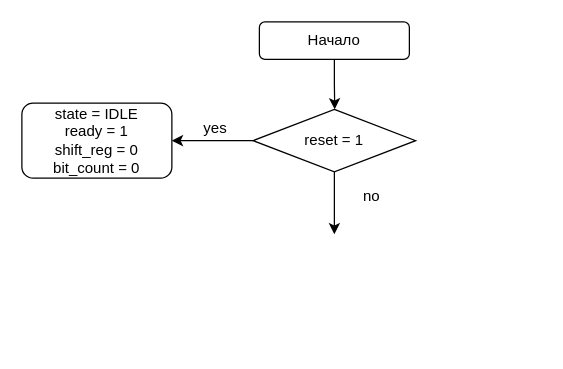
IghorTatar/preparing-of-USE keeps this draw.io diagram as Диаграмма без названия.drawio. Above is the earlier version. Source tidied: cells renumbered, new cells numbered last; positions are measured from the earlier drawing's top-left corner, leaving out a move shared by most shapes. Both pictures are drawn from the tidied source at 125%, with x=0, y=0 at pixel (21, 21).
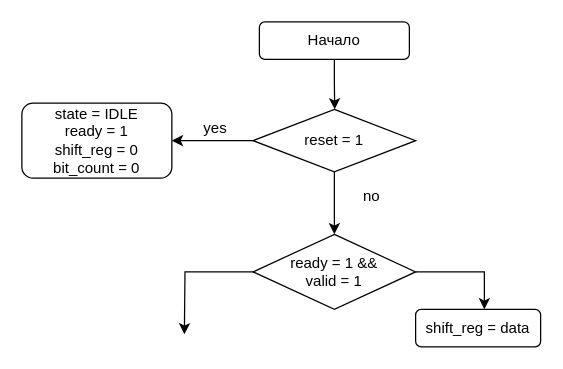
After the change.

Change to the diagram source:
```diff
@@
 <mxGraphModel>
   <root>
     <mxCell id="0" />
     <mxCell id="1" parent="0" />
     <mxCell id="2" style="edgeStyle=orthogonalEdgeStyle;rounded=0;jettySize=auto;html=1;exitX=0.5;exitY=1;exitDx=0;exitDy=0;" parent="1" edge="1" source="3">
       <mxGeometry relative="1" as="geometry">
         <mxPoint x="250.3" y="70" as="targetPoint" />
       </mxGeometry>
     </mxCell>
     <mxCell id="3" value="Начало" style="rounded=1;whiteSpace=wrap;html=1;" parent="1" vertex="1">
       <mxGeometry x="190" width="120" height="30" as="geometry" />
     </mxCell>
     <mxCell id="4" style="edgeStyle=orthogonalEdgeStyle;rounded=0;jettySize=auto;html=1;" parent="1" edge="1" source="6">
       <mxGeometry relative="1" as="geometry">
         <mxPoint x="120" y="95" as="targetPoint" />
       </mxGeometry>
     </mxCell>
     <mxCell id="5" style="edgeStyle=orthogonalEdgeStyle;rounded=0;jettySize=auto;html=1;" parent="1" edge="1" source="6">
       <mxGeometry relative="1" as="geometry">
         <mxPoint x="250" y="170" as="targetPoint" />
       </mxGeometry>
     </mxCell>
     <mxCell id="6" value="reset = 1" style="rhombus;whiteSpace=wrap;html=1;" parent="1" vertex="1">
       <mxGeometry x="185" y="70" width="130" height="50" as="geometry" />
     </mxCell>
     <mxCell id="7" value="&lt;div&gt;state = IDLE&lt;/div&gt;&lt;div&gt;ready = 1&lt;/div&gt;&lt;div&gt;shift_reg = 0&lt;/div&gt;&lt;div&gt;bit_count = 0&lt;/div&gt;" style="rounded=1;whiteSpace=wrap;html=1;" parent="1" vertex="1">
       <mxGeometry y="65" width="120" height="60" as="geometry" />
     </mxCell>
     <mxCell id="8" value="yes" style="text;html=1;align=center;verticalAlign=middle;whiteSpace=wrap;rounded=0;" parent="1" vertex="1">
       <mxGeometry x="125" y="70" width="60" height="30" as="geometry" />
     </mxCell>
     <mxCell id="9" value="no" style="text;html=1;align=center;verticalAlign=middle;whiteSpace=wrap;rounded=0;" parent="1" vertex="1">
       <mxGeometry x="250" y="125" width="60" height="30" as="geometry" />
     </mxCell>
+    <mxCell id="10" style="edgeStyle=orthogonalEdgeStyle;rounded=0;jettySize=auto;html=1;" parent="1" edge="1" source="12">
+      <mxGeometry relative="1" as="geometry">
+        <mxPoint x="130" y="250" as="targetPoint" />
+      </mxGeometry>
+    </mxCell>
+    <mxCell id="11" style="edgeStyle=orthogonalEdgeStyle;rounded=0;jettySize=auto;html=1;exitX=1;exitY=0.5;exitDx=0;exitDy=0;" parent="1" edge="1" source="12" target="13">
+      <mxGeometry relative="1" as="geometry">
+        <Array as="points">
+          <mxPoint x="370" y="200" />
+        </Array>
+      </mxGeometry>
+    </mxCell>
+    <mxCell id="12" value="ready = 1 &amp;amp;&amp;amp;&lt;div&gt;valid = 1&lt;/div&gt;" style="rhombus;whiteSpace=wrap;html=1;" parent="1" vertex="1">
+      <mxGeometry x="185" y="170" width="130" height="60" as="geometry" />
+    </mxCell>
+    <mxCell id="13" value="shift_reg = data" style="rounded=1;whiteSpace=wrap;html=1;" parent="1" vertex="1">
+      <mxGeometry x="315" y="230" width="100" height="30" as="geometry" />
+    </mxCell>
   </root>
 </mxGraphModel>
```
